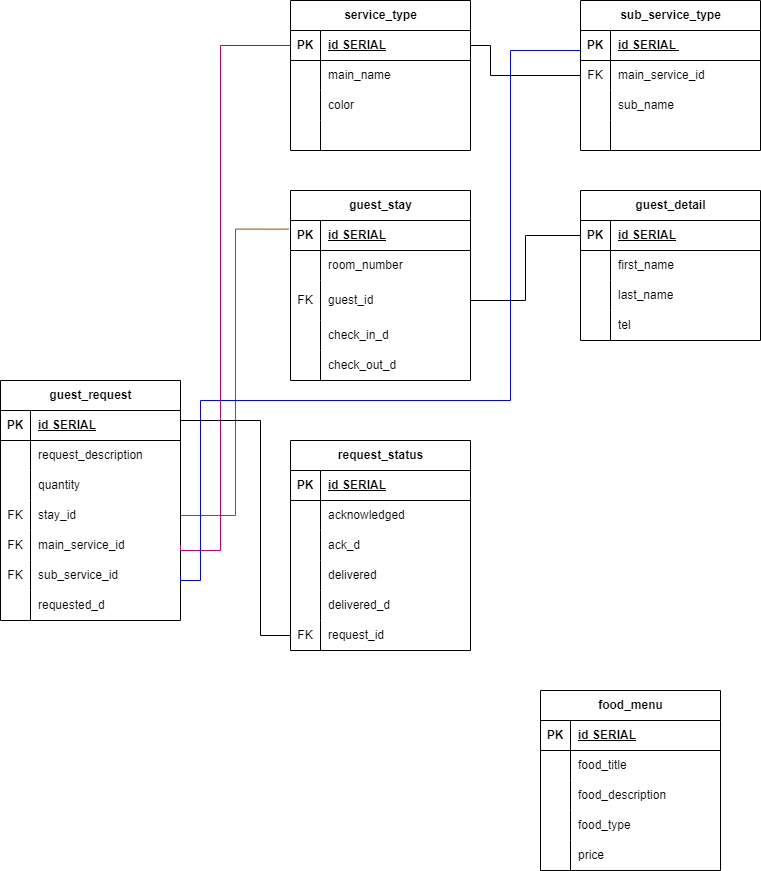
The draw.io diagram hotel-db-design.png in dlloigit36/chatbot7-hotel, before a commit. Source tidied: cells renumbered, new cells last; positions are measured from the earlier drawing's top-left corner, leaving out a move shared by most shapes.
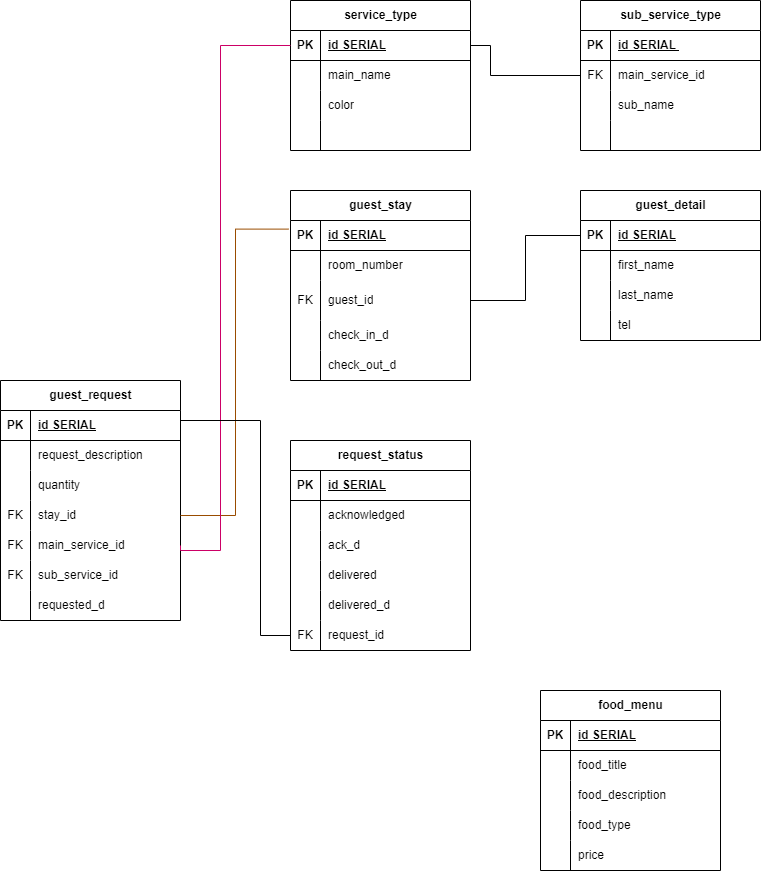
The same file after the commit.

Change to the diagram source:
```diff
@@ -1,4 +1,4 @@
-<mxGraphModel background="#ffffff">
+<mxGraphModel background="#FFFFFF">
   <root>
     <mxCell id="0" />
     <mxCell id="1" parent="0" />
@@ -274,18 +274,6 @@
         </Array>
       </mxGeometry>
     </mxCell>
-    <mxCell id="89" style="edgeStyle=orthogonalEdgeStyle;rounded=0;jettySize=auto;html=1;exitX=1;exitY=0.5;exitDx=0;exitDy=0;entryX=0;entryY=0.5;entryDx=0;entryDy=0;endArrow=none;endFill=0;strokeColor=#0000FF;" parent="1" edge="1" source="81">
-      <mxGeometry relative="1" as="geometry">
-        <mxPoint x="580" y="50" as="targetPoint" />
-        <Array as="points">
-          <mxPoint x="180" y="580" />
-          <mxPoint x="200" y="580" />
-          <mxPoint x="200" y="400" />
-          <mxPoint x="510" y="400" />
-          <mxPoint x="510" y="50" />
-        </Array>
-      </mxGeometry>
-    </mxCell>
     <mxCell id="90" value="request_status" style="shape=table;startSize=30;rowLines=0;fontStyle=1;align=center;html=1;" parent="1" vertex="1">
       <mxGeometry x="290" y="440" width="180" height="210" as="geometry" />
     </mxCell>
```
